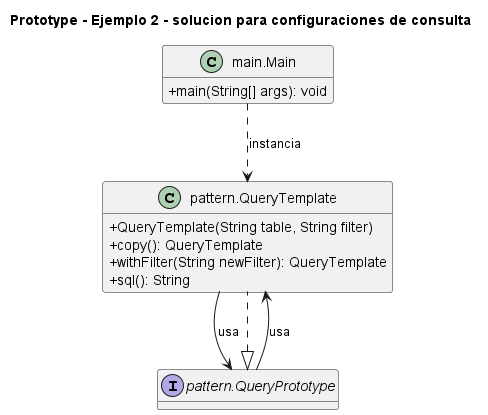
The PlantUML diagram 1. Creacionales/Prototype/Ejemplo 2 - solucion para configuraciones de consulta/UML.png in NicoCG32/Patrones-de-Software-y-Programacion-UCN, before a commit.
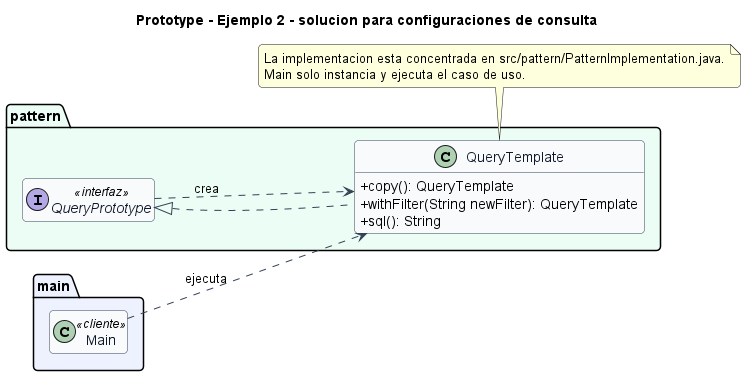
Above is the later version.

Change to the diagram source:
```diff
@@ -1,20 +1,38 @@
 @startuml
 title Prototype - Ejemplo 2 - solucion para configuraciones de consulta
+left to right direction
+skinparam backgroundColor #FFFFFF
+skinparam shadowing false
+skinparam roundcorner 8
 skinparam classAttributeIconSize 0
-hide empty fields
-class "main.Main" as main_Main {
-  +main(String[] args): void
+skinparam class {
+  BackgroundColor #F8FAFC
+  BorderColor #334155
+  ArrowColor #334155
+  FontColor #0F172A
 }
-interface "pattern.QueryPrototype" as pattern_QueryPrototype {
+hide empty members
+
+package "main" #EEF2FF {
+  class Main <<cliente>>
 }
-class "pattern.QueryTemplate" as pattern_QueryTemplate {
-  +QueryTemplate(String table, String filter)
-  +copy(): QueryTemplate
-  +withFilter(String newFilter): QueryTemplate
-  +sql(): String
+
+package "pattern" #ECFDF5 {
+  interface QueryPrototype <<interfaz>> {
+  }
+  class QueryTemplate {
+    +copy(): QueryTemplate
+    +withFilter(String newFilter): QueryTemplate
+    +sql(): String
+  }
 }
-pattern_QueryPrototype <|.. pattern_QueryTemplate
-main_Main ..> pattern_QueryTemplate : instancia
-pattern_QueryPrototype --> pattern_QueryTemplate : usa
-pattern_QueryTemplate --> pattern_QueryPrototype : usa
+
+QueryPrototype <|.. QueryTemplate
+QueryPrototype ..> QueryTemplate : crea
+Main ..> QueryTemplate : ejecuta
+
+note bottom
+La implementacion esta concentrada en src/pattern/PatternImplementation.java.
+Main solo instancia y ejecuta el caso de uso.
+end note
 @enduml
```
